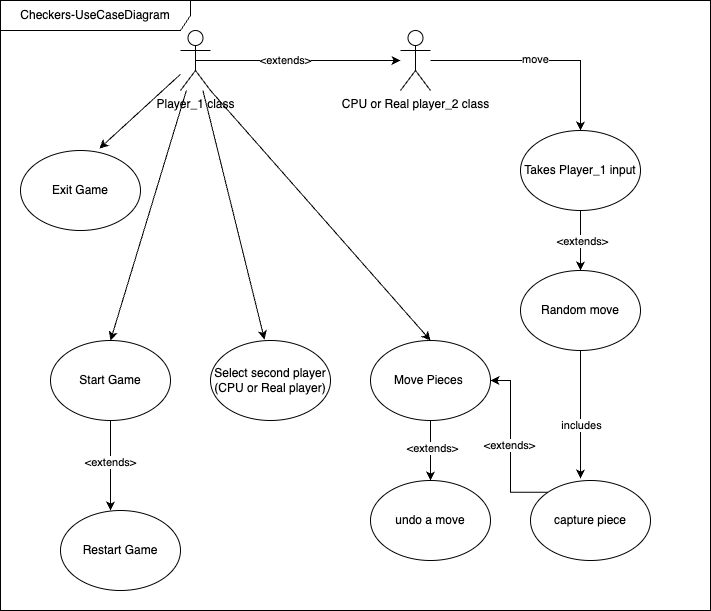
Above: checker_use_case_diagram.drawio.png in farshadislam/Socketed-Multigame-GUI (draw.io), before the change. Source tidied: cells renumbered, new cells last; positions are measured from the earlier drawing's top-left corner, leaving out a move shared by most shapes. The source it was exported from:
```xml
<mxGraphModel background="#FFFFFF">
  <root>
    <mxCell id="0" />
    <mxCell id="1" parent="0" />
    <mxCell id="2" style="edgeStyle=orthogonalEdgeStyle;rounded=0;jettySize=auto;html=1;exitX=0.5;exitY=0.5;exitDx=0;exitDy=0;exitPerimeter=0;" parent="1" edge="1" source="4" target="7">
      <mxGeometry relative="1" as="geometry" />
    </mxCell>
    <mxCell id="3" value="&amp;lt;extends&amp;gt;" style="edgeLabel;html=1;align=center;verticalAlign=middle;" parent="2" vertex="1">
      <mxGeometry x="-0.13" y="1" relative="1" as="geometry" />
    </mxCell>
    <mxCell id="4" value="Player_1 class" style="shape=umlActor;verticalLabelPosition=bottom;verticalAlign=top;html=1;outlineConnect=0;" parent="1" vertex="1">
      <mxGeometry x="180" y="30" width="30" height="60" as="geometry" />
    </mxCell>
    <mxCell id="5" style="edgeStyle=orthogonalEdgeStyle;rounded=0;jettySize=auto;html=1;entryX=0.5;entryY=0;entryDx=0;entryDy=0;" parent="1" edge="1" source="7" target="18">
      <mxGeometry relative="1" as="geometry" />
    </mxCell>
    <mxCell id="6" value="move" style="edgeLabel;html=1;align=center;verticalAlign=middle;" parent="5" vertex="1">
      <mxGeometry x="-0.05" y="2" relative="1" as="geometry" />
    </mxCell>
    <mxCell id="7" value="CPU or Real player_2 class" style="shape=umlActor;verticalLabelPosition=bottom;verticalAlign=top;html=1;outlineConnect=0;" parent="1" vertex="1">
      <mxGeometry x="400" y="30" width="30" height="60" as="geometry" />
    </mxCell>
    <mxCell id="8" value="Exit Game" style="ellipse;whiteSpace=wrap;html=1;" parent="1" vertex="1">
      <mxGeometry x="20" y="150" width="120" height="80" as="geometry" />
    </mxCell>
    <mxCell id="9" value="Start Game" style="ellipse;whiteSpace=wrap;html=1;" parent="1" vertex="1">
      <mxGeometry x="50" y="340" width="120" height="80" as="geometry" />
    </mxCell>
    <mxCell id="10" value="Restart Game" style="ellipse;whiteSpace=wrap;html=1;" parent="1" vertex="1">
      <mxGeometry x="60" y="510" width="120" height="80" as="geometry" />
    </mxCell>
    <mxCell id="11" value="Select second player&lt;br&gt;(CPU or Real player)" style="ellipse;whiteSpace=wrap;html=1;" parent="1" vertex="1">
      <mxGeometry x="210" y="340" width="120" height="80" as="geometry" />
    </mxCell>
    <mxCell id="12" style="edgeStyle=orthogonalEdgeStyle;rounded=0;jettySize=auto;html=1;entryX=0.5;entryY=0;entryDx=0;entryDy=0;" parent="1" edge="1" source="14" target="15">
      <mxGeometry relative="1" as="geometry" />
    </mxCell>
    <mxCell id="13" value="&amp;lt;extends&amp;gt;" style="edgeLabel;html=1;align=center;verticalAlign=middle;" parent="12" vertex="1">
      <mxGeometry x="-0.1" y="1" relative="1" as="geometry" />
    </mxCell>
    <mxCell id="14" value="Move Pieces&amp;nbsp;" style="ellipse;whiteSpace=wrap;html=1;" parent="1" vertex="1">
      <mxGeometry x="370" y="340" width="120" height="80" as="geometry" />
    </mxCell>
    <mxCell id="15" value="undo a move" style="ellipse;whiteSpace=wrap;html=1;" parent="1" vertex="1">
      <mxGeometry x="370" y="480" width="120" height="80" as="geometry" />
    </mxCell>
    <mxCell id="16" style="edgeStyle=orthogonalEdgeStyle;rounded=0;jettySize=auto;html=1;entryX=0.5;entryY=0;entryDx=0;entryDy=0;" parent="1" edge="1" source="18" target="19">
      <mxGeometry relative="1" as="geometry" />
    </mxCell>
    <mxCell id="17" value="&amp;lt;extends&amp;gt;" style="edgeLabel;html=1;align=center;verticalAlign=middle;" parent="16" vertex="1">
      <mxGeometry y="1" relative="1" as="geometry" />
    </mxCell>
    <mxCell id="18" value="Takes Player_1 input" style="ellipse;whiteSpace=wrap;html=1;" parent="1" vertex="1">
      <mxGeometry x="520" y="130" width="120" height="80" as="geometry" />
    </mxCell>
    <mxCell id="19" value="Random move" style="ellipse;whiteSpace=wrap;html=1;" parent="1" vertex="1">
      <mxGeometry x="520" y="270" width="120" height="80" as="geometry" />
    </mxCell>
    <mxCell id="20" style="edgeStyle=orthogonalEdgeStyle;rounded=0;jettySize=auto;html=1;exitX=0;exitY=0;exitDx=0;exitDy=0;entryX=1;entryY=0.5;entryDx=0;entryDy=0;" parent="1" edge="1" source="22" target="14">
      <mxGeometry relative="1" as="geometry" />
    </mxCell>
    <mxCell id="21" value="&amp;lt;extends&amp;gt;" style="edgeLabel;html=1;align=center;verticalAlign=middle;" parent="20" vertex="1">
      <mxGeometry x="0.01" y="2" relative="1" as="geometry" />
    </mxCell>
    <mxCell id="22" value="capture piece" style="ellipse;whiteSpace=wrap;html=1;" parent="1" vertex="1">
      <mxGeometry x="530" y="480" width="120" height="80" as="geometry" />
    </mxCell>
    <mxCell id="23" style="edgeStyle=orthogonalEdgeStyle;rounded=0;jettySize=auto;html=1;entryX=0.417;entryY=-0.025;entryDx=0;entryDy=0;entryPerimeter=0;" parent="1" edge="1" source="19" target="22">
      <mxGeometry relative="1" as="geometry" />
    </mxCell>
    <mxCell id="24" value="includes" style="edgeLabel;html=1;align=center;verticalAlign=middle;" parent="23" vertex="1">
      <mxGeometry x="0.16" relative="1" as="geometry" />
    </mxCell>
    <mxCell id="25" style="endArrow=classic;html=1;rounded=0;exitX=1;exitY=1;exitDx=0;exitDy=0;exitPerimeter=0;entryX=0.5;entryY=0;entryDx=0;entryDy=0;" parent="1" edge="1" source="4" target="14">
      <mxGeometry relative="1" as="geometry" />
    </mxCell>
    <mxCell id="26" style="endArrow=classic;html=1;rounded=0;entryX=0.45;entryY=-0.012;entryDx=0;entryDy=0;entryPerimeter=0;" parent="1" edge="1" source="4" target="11">
      <mxGeometry relative="1" as="geometry" />
    </mxCell>
    <mxCell id="27" style="endArrow=classic;html=1;rounded=0;entryX=0.658;entryY=-0.025;entryDx=0;entryDy=0;entryPerimeter=0;" parent="1" edge="1" source="4" target="8">
      <mxGeometry relative="1" as="geometry" />
    </mxCell>
    <mxCell id="28" style="endArrow=classic;html=1;rounded=0;entryX=0.5;entryY=0;entryDx=0;entryDy=0;" parent="1" edge="1" source="4" target="9">
      <mxGeometry relative="1" as="geometry" />
    </mxCell>
    <mxCell id="29" style="edgeStyle=orthogonalEdgeStyle;rounded=0;jettySize=auto;html=1;entryX=0.417;entryY=0;entryDx=0;entryDy=0;entryPerimeter=0;" parent="1" edge="1" source="9" target="10">
      <mxGeometry relative="1" as="geometry" />
    </mxCell>
    <mxCell id="30" value="&amp;lt;extends&amp;gt;" style="edgeLabel;html=1;align=center;verticalAlign=middle;" parent="29" vertex="1">
      <mxGeometry x="-0.09" y="-1" relative="1" as="geometry" />
    </mxCell>
    <mxCell id="31" value="Checkers-UseCaseDiagram" style="shape=umlFrame;whiteSpace=wrap;html=1;width=190;height=30;" parent="1" vertex="1">
      <mxGeometry width="710" height="610" as="geometry" />
    </mxCell>
  </root>
</mxGraphModel>
```
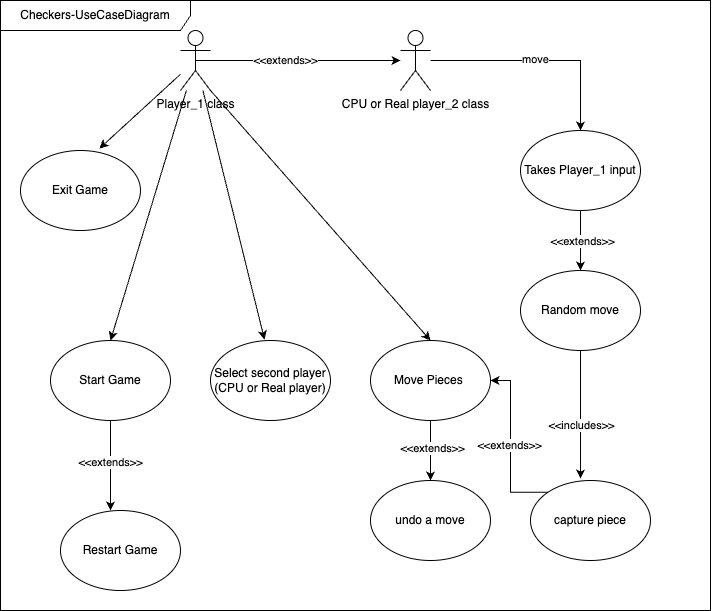
The same diagram one commit later.

Commit message:
updated my use case diagram

Diff of the diagram source:
```diff
@@ -5,7 +5,7 @@
     <mxCell id="2" style="edgeStyle=orthogonalEdgeStyle;rounded=0;jettySize=auto;html=1;exitX=0.5;exitY=0.5;exitDx=0;exitDy=0;exitPerimeter=0;" parent="1" edge="1" source="4" target="7">
       <mxGeometry relative="1" as="geometry" />
     </mxCell>
-    <mxCell id="3" value="&amp;lt;extends&amp;gt;" style="edgeLabel;html=1;align=center;verticalAlign=middle;" parent="2" vertex="1">
+    <mxCell id="3" value="&amp;lt;&amp;lt;extends&amp;gt;&amp;gt;" style="edgeLabel;html=1;align=center;verticalAlign=middle;" parent="2" vertex="1">
       <mxGeometry x="-0.13" y="1" relative="1" as="geometry" />
     </mxCell>
     <mxCell id="4" value="Player_1 class" style="shape=umlActor;verticalLabelPosition=bottom;verticalAlign=top;html=1;outlineConnect=0;" parent="1" vertex="1">
@@ -35,7 +35,7 @@
     <mxCell id="12" style="edgeStyle=orthogonalEdgeStyle;rounded=0;jettySize=auto;html=1;entryX=0.5;entryY=0;entryDx=0;entryDy=0;" parent="1" edge="1" source="14" target="15">
       <mxGeometry relative="1" as="geometry" />
     </mxCell>
-    <mxCell id="13" value="&amp;lt;extends&amp;gt;" style="edgeLabel;html=1;align=center;verticalAlign=middle;" parent="12" vertex="1">
+    <mxCell id="13" value="&amp;lt;&amp;lt;extends&amp;gt;&amp;gt;" style="edgeLabel;html=1;align=center;verticalAlign=middle;" parent="12" vertex="1">
       <mxGeometry x="-0.1" y="1" relative="1" as="geometry" />
     </mxCell>
     <mxCell id="14" value="Move Pieces&amp;nbsp;" style="ellipse;whiteSpace=wrap;html=1;" parent="1" vertex="1">
@@ -47,7 +47,7 @@
     <mxCell id="16" style="edgeStyle=orthogonalEdgeStyle;rounded=0;jettySize=auto;html=1;entryX=0.5;entryY=0;entryDx=0;entryDy=0;" parent="1" edge="1" source="18" target="19">
       <mxGeometry relative="1" as="geometry" />
     </mxCell>
-    <mxCell id="17" value="&amp;lt;extends&amp;gt;" style="edgeLabel;html=1;align=center;verticalAlign=middle;" parent="16" vertex="1">
+    <mxCell id="17" value="&amp;lt;&amp;lt;extends&amp;gt;&amp;gt;" style="edgeLabel;html=1;align=center;verticalAlign=middle;" parent="16" vertex="1">
       <mxGeometry y="1" relative="1" as="geometry" />
     </mxCell>
     <mxCell id="18" value="Takes Player_1 input" style="ellipse;whiteSpace=wrap;html=1;" parent="1" vertex="1">
@@ -59,7 +59,7 @@
     <mxCell id="20" style="edgeStyle=orthogonalEdgeStyle;rounded=0;jettySize=auto;html=1;exitX=0;exitY=0;exitDx=0;exitDy=0;entryX=1;entryY=0.5;entryDx=0;entryDy=0;" parent="1" edge="1" source="22" target="14">
       <mxGeometry relative="1" as="geometry" />
     </mxCell>
-    <mxCell id="21" value="&amp;lt;extends&amp;gt;" style="edgeLabel;html=1;align=center;verticalAlign=middle;" parent="20" vertex="1">
+    <mxCell id="21" value="&amp;lt;&amp;lt;extends&amp;gt;&amp;gt;" style="edgeLabel;html=1;align=center;verticalAlign=middle;" parent="20" vertex="1">
       <mxGeometry x="0.01" y="2" relative="1" as="geometry" />
     </mxCell>
     <mxCell id="22" value="capture piece" style="ellipse;whiteSpace=wrap;html=1;" parent="1" vertex="1">
@@ -68,7 +68,7 @@
     <mxCell id="23" style="edgeStyle=orthogonalEdgeStyle;rounded=0;jettySize=auto;html=1;entryX=0.417;entryY=-0.025;entryDx=0;entryDy=0;entryPerimeter=0;" parent="1" edge="1" source="19" target="22">
       <mxGeometry relative="1" as="geometry" />
     </mxCell>
-    <mxCell id="24" value="includes" style="edgeLabel;html=1;align=center;verticalAlign=middle;" parent="23" vertex="1">
+    <mxCell id="24" value="&amp;lt;&amp;lt;includes&amp;gt;&amp;gt;" style="edgeLabel;html=1;align=center;verticalAlign=middle;" parent="23" vertex="1">
       <mxGeometry x="0.16" relative="1" as="geometry" />
     </mxCell>
     <mxCell id="25" style="endArrow=classic;html=1;rounded=0;exitX=1;exitY=1;exitDx=0;exitDy=0;exitPerimeter=0;entryX=0.5;entryY=0;entryDx=0;entryDy=0;" parent="1" edge="1" source="4" target="14">
@@ -86,7 +86,7 @@
     <mxCell id="29" style="edgeStyle=orthogonalEdgeStyle;rounded=0;jettySize=auto;html=1;entryX=0.417;entryY=0;entryDx=0;entryDy=0;entryPerimeter=0;" parent="1" edge="1" source="9" target="10">
       <mxGeometry relative="1" as="geometry" />
     </mxCell>
-    <mxCell id="30" value="&amp;lt;extends&amp;gt;" style="edgeLabel;html=1;align=center;verticalAlign=middle;" parent="29" vertex="1">
+    <mxCell id="30" value="&amp;lt;&amp;lt;extends&amp;gt;&amp;gt;" style="edgeLabel;html=1;align=center;verticalAlign=middle;" parent="29" vertex="1">
       <mxGeometry x="-0.09" y="-1" relative="1" as="geometry" />
     </mxCell>
     <mxCell id="31" value="Checkers-UseCaseDiagram" style="shape=umlFrame;whiteSpace=wrap;html=1;width=190;height=30;" parent="1" vertex="1">
```
